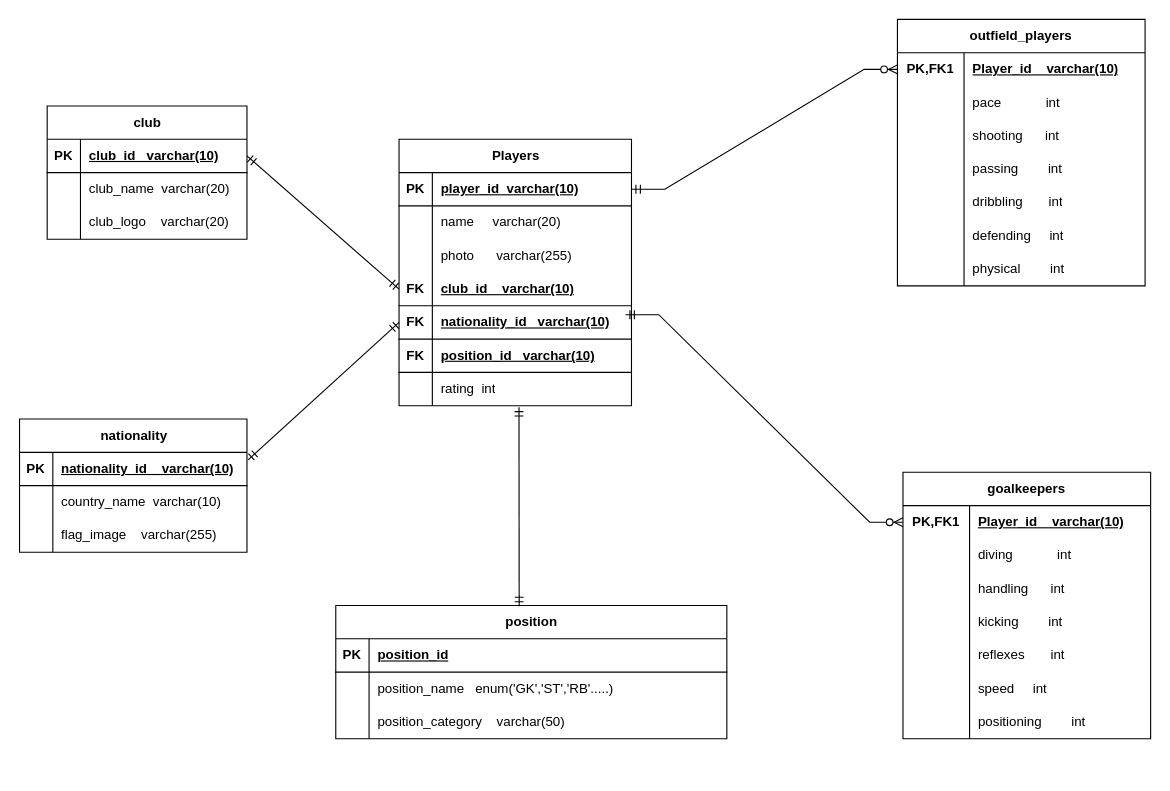
The draw.io diagram Diagramme sans nom.drawio in ka-amina/FUT-Champions-Ultimate-Team, before the edit. Source tidied: cells renumbered, new cells numbered last; positions are measured from the earlier drawing's top-left corner, leaving out a move shared by most shapes. Both pictures are drawn from the tidied source at 111%, with x=0, y=0 at pixel (19, 19).
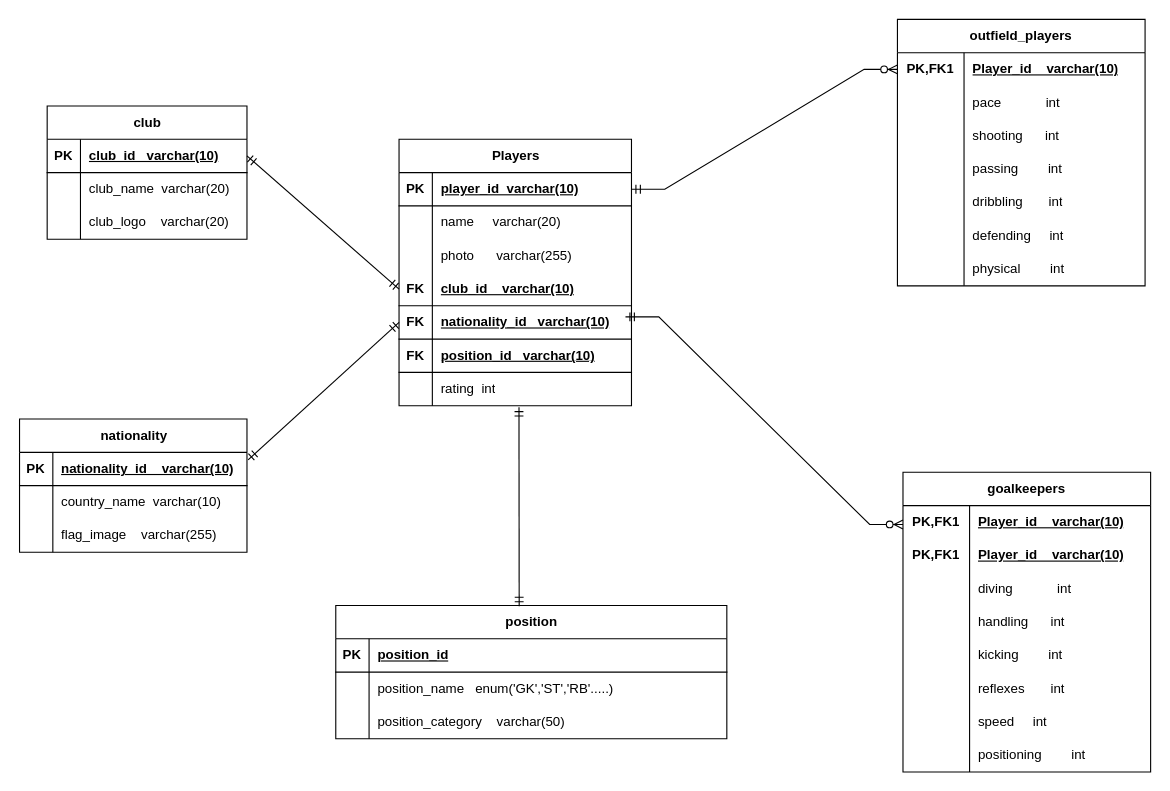
The same page after the edit.

What changed in the source:
```diff
@@
     <mxCell id="76" value="goalkeepers" style="shape=table;startSize=30;childLayout=tableLayout;rowLines=0;fontStyle=1;align=center;html=1;whiteSpace=wrap;" parent="1" vertex="1">
-      <mxGeometry x="796" y="408" width="223.1" height="240" as="geometry" />
+      <mxGeometry x="796" y="408" width="223.1" height="270" as="geometry" />
     </mxCell>
+    <mxCell id="103" style="shape=tableRow;horizontal=0;startSize=0;swimlaneHead=0;swimlaneBody=0;fillColor=none;top=0;left=0;right=0;bottom=0;html=1;" parent="76" vertex="1">
+      <mxGeometry y="30" width="223.1" height="30" as="geometry" />
+    </mxCell>
+    <mxCell id="104" value="PK,FK1" style="shape=partialRectangle;fillColor=none;top=0;left=0;bottom=0;right=0;fontStyle=1;overflow=hidden;html=1;whiteSpace=wrap;" parent="103" vertex="1">
+      <mxGeometry width="60" height="30" as="geometry" />
+    </mxCell>
+    <mxCell id="105" value="Player_id&amp;nbsp;&amp;nbsp;&amp;nbsp; varchar(10)" style="shape=partialRectangle;fillColor=none;top=0;left=0;bottom=0;right=0;align=left;spacingLeft=6;fontStyle=5;overflow=hidden;html=1;whiteSpace=wrap;" parent="103" vertex="1">
+      <mxGeometry x="60" width="163.1" height="30" as="geometry" />
+    </mxCell>
     <mxCell id="77" style="shape=tableRow;horizontal=0;startSize=0;swimlaneHead=0;swimlaneBody=0;fillColor=none;points=[[0,0.5],[1,0.5]];portConstraint=eastwest;top=0;left=0;right=0;bottom=0;html=1;" parent="76" vertex="1">
-      <mxGeometry y="30" width="223.1" height="30" as="geometry" />
+      <mxGeometry y="60" width="223.1" height="30" as="geometry" />
     </mxCell>
@@
     <mxCell id="80" style="shape=tableRow;horizontal=0;startSize=0;swimlaneHead=0;swimlaneBody=0;fillColor=none;top=0;left=0;right=0;bottom=0;html=1;" parent="76" vertex="1">
-      <mxGeometry y="60" width="223.1" height="30" as="geometry" />
+      <mxGeometry y="90" width="223.1" height="30" as="geometry" />
     </mxCell>
@@
     <mxCell id="83" style="shape=tableRow;horizontal=0;startSize=0;swimlaneHead=0;swimlaneBody=0;fillColor=none;top=0;left=0;right=0;bottom=0;html=1;" parent="76" vertex="1">
-      <mxGeometry y="90" width="223.1" height="30" as="geometry" />
+      <mxGeometry y="120" width="223.1" height="30" as="geometry" />
     </mxCell>
@@
     <mxCell id="86" style="shape=tableRow;horizontal=0;startSize=0;swimlaneHead=0;swimlaneBody=0;fillColor=none;top=0;left=0;right=0;bottom=0;html=1;" parent="76" vertex="1">
-      <mxGeometry y="120" width="223.1" height="30" as="geometry" />
+      <mxGeometry y="150" width="223.1" height="30" as="geometry" />
     </mxCell>
@@
     <mxCell id="89" style="shape=tableRow;horizontal=0;startSize=0;swimlaneHead=0;swimlaneBody=0;fillColor=none;top=0;left=0;right=0;bottom=0;html=1;" parent="76" vertex="1">
-      <mxGeometry y="150" width="223.1" height="30" as="geometry" />
+      <mxGeometry y="180" width="223.1" height="30" as="geometry" />
     </mxCell>
@@
     <mxCell id="92" style="shape=tableRow;horizontal=0;startSize=0;swimlaneHead=0;swimlaneBody=0;fillColor=none;top=0;left=0;right=0;bottom=0;html=1;" parent="76" vertex="1">
-      <mxGeometry y="180" width="223.1" height="30" as="geometry" />
+      <mxGeometry y="210" width="223.1" height="30" as="geometry" />
     </mxCell>
@@
     <mxCell id="95" style="shape=tableRow;horizontal=0;startSize=0;swimlaneHead=0;swimlaneBody=0;fillColor=none;top=0;left=0;right=0;bottom=0;html=1;" parent="76" vertex="1">
-      <mxGeometry y="210" width="223.1" height="30" as="geometry" />
+      <mxGeometry y="240" width="223.1" height="30" as="geometry" />
     </mxCell>
@@
-    <mxCell id="102" style="edgeStyle=entityRelationEdgeStyle;fontSize=12;html=1;endArrow=ERzeroToMany;startArrow=ERmandOne;rounded=0;exitX=1;exitY=0.5;exitDx=0;exitDy=0;entryX=0;entryY=0.5;entryDx=0;entryDy=0;" parent="1" edge="1" target="77">
+    <mxCell id="102" style="edgeStyle=entityRelationEdgeStyle;fontSize=12;html=1;endArrow=ERzeroToMany;startArrow=ERmandOne;rounded=0;exitX=1;exitY=0.5;exitDx=0;exitDy=0;entryX=0;entryY=0.5;entryDx=0;entryDy=0;" parent="1" edge="1">
       <mxGeometry relative="1" as="geometry">
-        <mxPoint x="546" y="266" as="sourcePoint" />
+        <mxPoint x="546" y="268" as="sourcePoint" />
+        <mxPoint x="796" y="455" as="targetPoint" />
       </mxGeometry>
     </mxCell>
```
